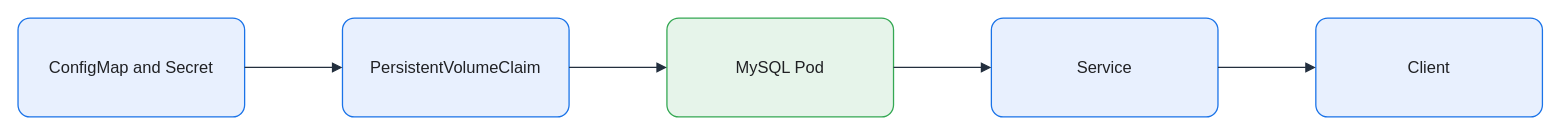
This is assets/img/kubernetes/mysql-kubernetes-deployment.drawio from KKamJi98/kkamji98.github.io, a draw.io file, before an edit. Source tidied: cells renumbered, new cells numbered last; positions are measured from the earlier drawing's top-left corner, leaving out a move shared by most shapes. Both pictures are drawn from the tidied source at 103%, with x=0, y=0 at pixel (18, 18).
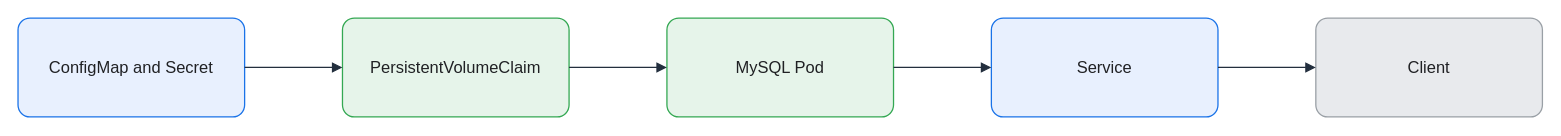
After the change.

What changed in the source:
```diff
@@
 <mxGraphModel background="#FFFFFF">
   <root>
     <mxCell id="0" />
     <mxCell id="1" parent="0" />
     <mxCell id="2" value="ConfigMap and Secret" style="rounded=1;arcSize=12;whiteSpace=wrap;html=0;fillColor=#E8F0FE;strokeColor=#1A73E8;strokeWidth=1.25;fontColor=#202124;fontSize=16;align=center;verticalAlign=middle;spacing=8;shadow=0;" parent="1" vertex="1">
       <mxGeometry width="220" height="96" as="geometry" />
     </mxCell>
-    <mxCell id="3" value="PersistentVolumeClaim" style="rounded=1;arcSize=12;whiteSpace=wrap;html=0;fillColor=#E8F0FE;strokeColor=#1A73E8;strokeWidth=1.25;fontColor=#202124;fontSize=16;align=center;verticalAlign=middle;spacing=8;shadow=0;" parent="1" vertex="1">
+    <mxCell id="3" value="PersistentVolumeClaim" style="rounded=1;arcSize=12;whiteSpace=wrap;html=0;fillColor=#E6F4EA;strokeColor=#34A853;strokeWidth=1.25;fontColor=#202124;fontSize=16;align=center;verticalAlign=middle;spacing=8;shadow=0;" parent="1" vertex="1">
       <mxGeometry x="315" width="220" height="96" as="geometry" />
     </mxCell>
     <mxCell id="4" value="MySQL Pod" style="rounded=1;arcSize=12;whiteSpace=wrap;html=0;fillColor=#E6F4EA;strokeColor=#34A853;strokeWidth=1.25;fontColor=#202124;fontSize=16;align=center;verticalAlign=middle;spacing=8;shadow=0;" parent="1" vertex="1">
       <mxGeometry x="630" width="220" height="96" as="geometry" />
     </mxCell>
     <mxCell id="5" value="Service" style="rounded=1;arcSize=12;whiteSpace=wrap;html=0;fillColor=#E8F0FE;strokeColor=#1A73E8;strokeWidth=1.25;fontColor=#202124;fontSize=16;align=center;verticalAlign=middle;spacing=8;shadow=0;" parent="1" vertex="1">
       <mxGeometry x="945" width="220" height="96" as="geometry" />
     </mxCell>
-    <mxCell id="6" value="Client" style="rounded=1;arcSize=12;whiteSpace=wrap;html=0;fillColor=#E8F0FE;strokeColor=#1A73E8;strokeWidth=1.25;fontColor=#202124;fontSize=16;align=center;verticalAlign=middle;spacing=8;shadow=0;" parent="1" vertex="1">
+    <mxCell id="6" value="Client" style="rounded=1;arcSize=12;whiteSpace=wrap;html=0;fillColor=#E8EAED;strokeColor=#9AA0A6;strokeWidth=1.25;fontColor=#202124;fontSize=16;align=center;verticalAlign=middle;spacing=8;shadow=0;" parent="1" vertex="1">
       <mxGeometry x="1260" width="220" height="96" as="geometry" />
     </mxCell>
     <mxCell id="7" style="edgeStyle=orthogonalEdgeStyle;rounded=0;jettySize=auto;html=0;endArrow=block;endFill=1;strokeColor=#232F3E;strokeWidth=1.25;fontColor=#202124;labelBackgroundColor=none;exitX=1;exitY=0.5;exitDx=0;exitDy=0;entryX=0;entryY=0.5;entryDx=0;entryDy=0;endSize=7;" parent="1" edge="1" source="2" target="3">
       <mxGeometry relative="1" as="geometry" />
     </mxCell>
     <mxCell id="8" style="edgeStyle=orthogonalEdgeStyle;rounded=0;jettySize=auto;html=0;endArrow=block;endFill=1;strokeColor=#232F3E;strokeWidth=1.25;fontColor=#202124;labelBackgroundColor=none;exitX=1;exitY=0.5;exitDx=0;exitDy=0;entryX=0;entryY=0.5;entryDx=0;entryDy=0;endSize=7;" parent="1" edge="1" source="3" target="4">
       <mxGeometry relative="1" as="geometry" />
     </mxCell>
     <mxCell id="9" style="edgeStyle=orthogonalEdgeStyle;rounded=0;jettySize=auto;html=0;endArrow=block;endFill=1;strokeColor=#232F3E;strokeWidth=1.25;fontColor=#202124;labelBackgroundColor=none;exitX=1;exitY=0.5;exitDx=0;exitDy=0;entryX=0;entryY=0.5;entryDx=0;entryDy=0;endSize=7;" parent="1" edge="1" source="4" target="5">
       <mxGeometry relative="1" as="geometry" />
     </mxCell>
     <mxCell id="10" style="edgeStyle=orthogonalEdgeStyle;rounded=0;jettySize=auto;html=0;endArrow=block;endFill=1;strokeColor=#232F3E;strokeWidth=1.25;fontColor=#202124;labelBackgroundColor=none;exitX=1;exitY=0.5;exitDx=0;exitDy=0;entryX=0;entryY=0.5;entryDx=0;entryDy=0;endSize=7;" parent="1" edge="1" source="5" target="6">
       <mxGeometry relative="1" as="geometry" />
     </mxCell>
   </root>
 </mxGraphModel>
```
